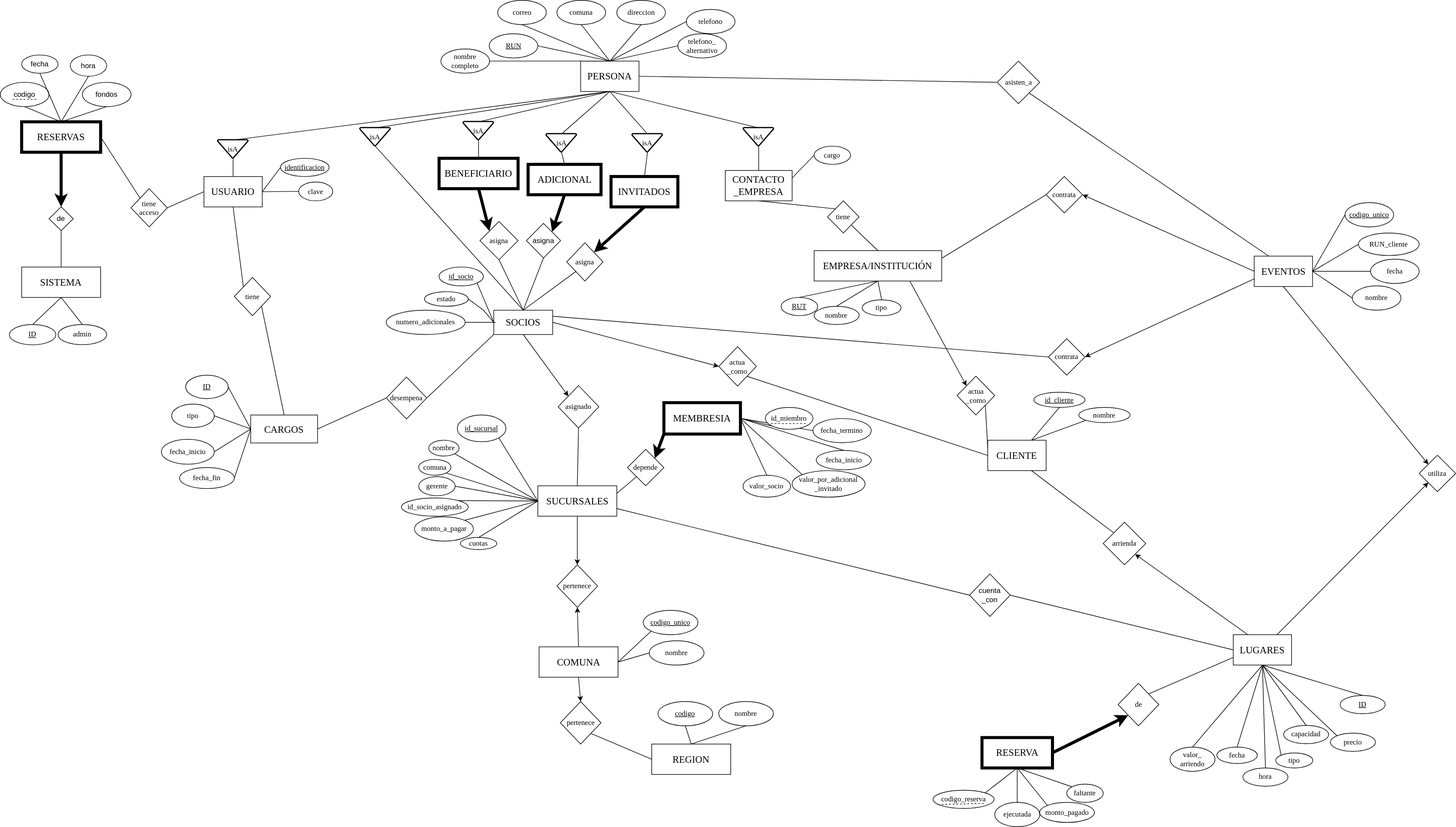
Above: E1/ER-JOAB.drawio.svg in JoabVJ/IIC2413---Bases-de-Datos (draw.io), before the change. Source tidied: cells renumbered, new cells last; positions are measured from the earlier drawing's top-left corner, leaving out a move shared by most shapes.
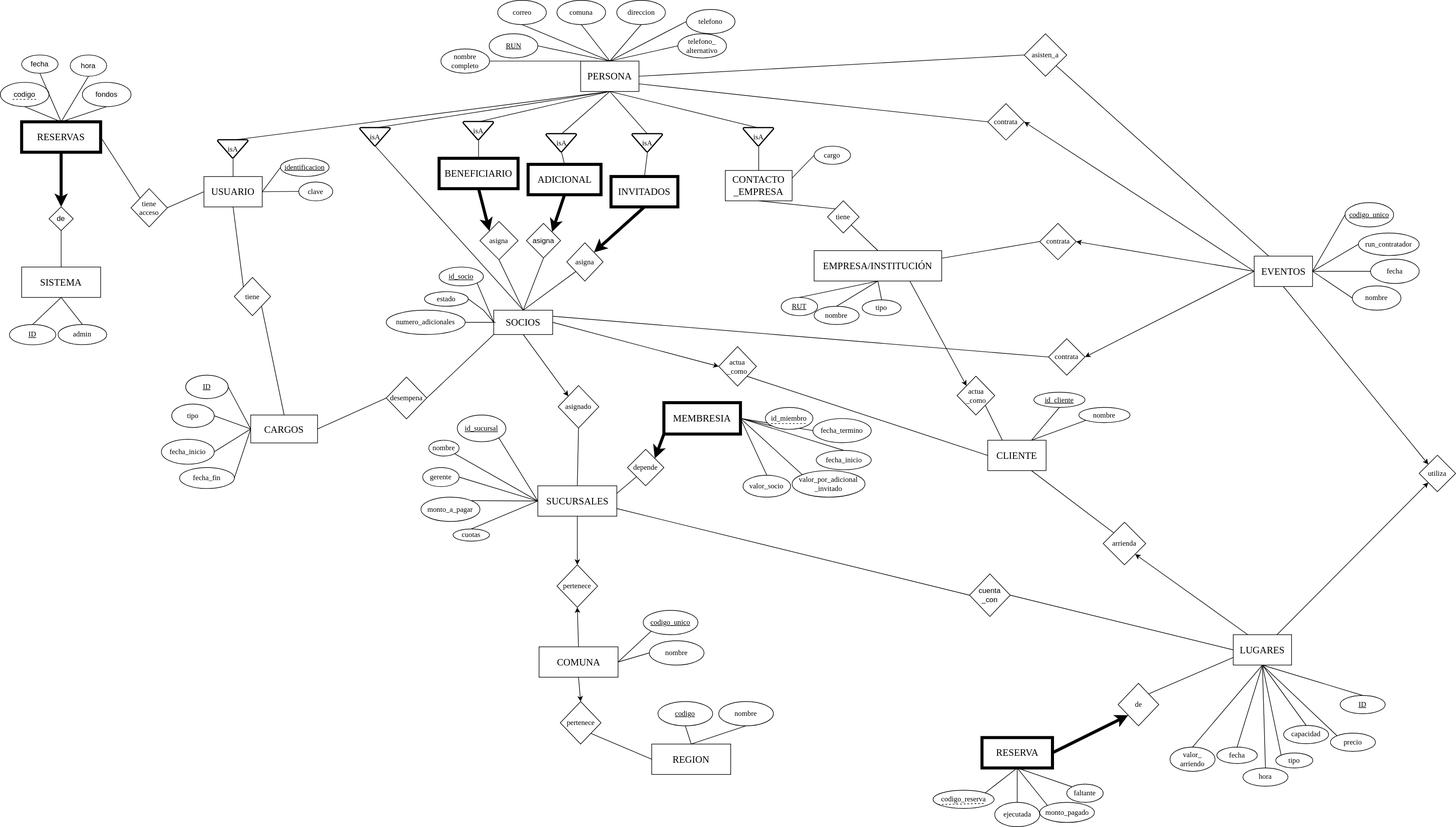
Later version of the same file.

Change to the diagram source:
```diff
@@ -48,7 +48,7 @@
       <mxGeometry relative="1" as="geometry" />
     </mxCell>
     <mxCell id="17" value="&lt;font face=&quot;Georgia&quot;&gt;asisten_a&lt;/font&gt;" style="rhombus;whiteSpace=wrap;html=1;" parent="1" vertex="1">
-      <mxGeometry x="1640.5" y="100" width="70" height="70" as="geometry" />
+      <mxGeometry x="1685" y="55" width="70" height="70" as="geometry" />
     </mxCell>
     <mxCell id="18" style="endArrow=none;html=1;rounded=0;entryX=0;entryY=0.5;entryDx=0;entryDy=0;exitX=1;exitY=0.5;exitDx=0;exitDy=0;" parent="1" edge="1" source="2" target="17">
       <mxGeometry relative="1" as="geometry" />
@@ -153,7 +153,7 @@
       <mxGeometry relative="1" as="geometry" />
     </mxCell>
     <mxCell id="52" value="&lt;font face=&quot;Georgia&quot;&gt;gerente&lt;/font&gt;" style="ellipse;whiteSpace=wrap;html=1;" parent="1" vertex="1">
-      <mxGeometry x="688.5" y="784" width="60" height="31.3" as="geometry" />
+      <mxGeometry x="695" y="769" width="60" height="31.3" as="geometry" />
     </mxCell>
     <mxCell id="53" value="&lt;font face=&quot;Georgia&quot;&gt;asignado&lt;/font&gt;" style="rhombus;whiteSpace=wrap;html=1;" parent="1" vertex="1">
       <mxGeometry x="918" y="634" width="67" height="70" as="geometry" />
@@ -176,12 +176,6 @@
     <mxCell id="58" value="&lt;font face=&quot;Georgia&quot;&gt;nombre&lt;/font&gt;" style="ellipse;whiteSpace=wrap;html=1;" parent="1" vertex="1">
       <mxGeometry x="705" y="724" width="50" height="26" as="geometry" />
     </mxCell>
-    <mxCell id="59" value="&lt;font face=&quot;Georgia&quot;&gt;comuna&lt;/font&gt;" style="ellipse;whiteSpace=wrap;html=1;" parent="1" vertex="1">
-      <mxGeometry x="688.5" y="755.7" width="53" height="26" as="geometry" />
-    </mxCell>
-    <mxCell id="60" style="endArrow=none;html=1;rounded=0;entryX=0;entryY=0.5;entryDx=0;entryDy=0;exitX=1;exitY=1;exitDx=0;exitDy=0;" parent="1" edge="1" source="59" target="50">
-      <mxGeometry relative="1" as="geometry" />
-    </mxCell>
     <mxCell id="61" style="endArrow=classic;html=1;rounded=0;exitX=0.5;exitY=1;exitDx=0;exitDy=0;strokeWidth=5;entryX=1;entryY=0;entryDx=0;entryDy=0;" parent="1" edge="1" source="27" target="47">
       <mxGeometry relative="1" as="geometry" />
     </mxCell>
@@ -366,7 +360,7 @@
       <mxGeometry x="282" y="664.5" width="70" height="38.5" as="geometry" />
     </mxCell>
     <mxCell id="120" value="&lt;font face=&quot;Georgia&quot;&gt;cuotas&lt;/font&gt;" style="ellipse;whiteSpace=wrap;html=1;" parent="1" vertex="1">
-      <mxGeometry x="757" y="884" width="60" height="20" as="geometry" />
+      <mxGeometry x="745" y="870" width="60" height="20" as="geometry" />
     </mxCell>
     <mxCell id="121" style="endArrow=none;html=1;rounded=0;entryX=0;entryY=0.5;entryDx=0;entryDy=0;exitX=1;exitY=0;exitDx=0;exitDy=0;" parent="1" edge="1" source="209" target="50">
       <mxGeometry relative="1" as="geometry" />
@@ -584,14 +578,14 @@
     <mxCell id="191" value="&lt;font face=&quot;Georgia&quot;&gt;fecha&lt;/font&gt;" style="ellipse;whiteSpace=wrap;html=1;" parent="1" vertex="1">
       <mxGeometry x="2255" y="426" width="80" height="40" as="geometry" />
     </mxCell>
-    <mxCell id="192" value="&lt;font face=&quot;Georgia&quot;&gt;RUN_cliente&lt;/font&gt;" style="ellipse;whiteSpace=wrap;html=1;" parent="1" vertex="1">
+    <mxCell id="192" value="&lt;font face=&quot;Georgia&quot;&gt;run_contratador&lt;/font&gt;" style="ellipse;whiteSpace=wrap;html=1;" parent="1" vertex="1">
       <mxGeometry x="2235" y="383" width="100" height="37" as="geometry" />
     </mxCell>
     <mxCell id="193" style="endArrow=none;html=1;rounded=0;exitX=1;exitY=0.25;exitDx=0;exitDy=0;entryX=0;entryY=0.5;entryDx=0;entryDy=0;" parent="1" edge="1" source="122" target="194">
       <mxGeometry relative="1" as="geometry" />
     </mxCell>
     <mxCell id="194" value="&lt;font face=&quot;Georgia&quot;&gt;contrata&lt;/font&gt;" style="rhombus;whiteSpace=wrap;html=1;" parent="1" vertex="1">
-      <mxGeometry x="1721" y="290" width="60" height="60" as="geometry" />
+      <mxGeometry x="1710.5" y="367" width="60" height="60" as="geometry" />
     </mxCell>
     <mxCell id="195" style="endArrow=classic;html=1;rounded=0;entryX=1;entryY=0.5;entryDx=0;entryDy=0;exitX=0;exitY=0.5;exitDx=0;exitDy=0;" parent="1" edge="1" source="19" target="194">
       <mxGeometry relative="1" as="geometry" />
@@ -617,7 +611,7 @@
         <mxPoint x="1328.2" y="696.5" as="targetPoint" />
       </mxGeometry>
     </mxCell>
-    <mxCell id="202" style="endArrow=none;html=1;rounded=0;exitX=0;exitY=0.25;exitDx=0;exitDy=0;entryX=1;entryY=1;entryDx=0;entryDy=0;" parent="1" edge="1" source="30" target="133">
+    <mxCell id="202" style="endArrow=none;html=1;rounded=0;exitX=0.25;exitY=0;exitDx=0;exitDy=0;entryX=1;entryY=1;entryDx=0;entryDy=0;" parent="1" edge="1" source="30" target="133">
       <mxGeometry relative="1" as="geometry" />
     </mxCell>
     <mxCell id="203" style="endArrow=classic;html=1;rounded=0;entryX=0;entryY=0;entryDx=0;entryDy=0;exitX=0.75;exitY=1;exitDx=0;exitDy=0;" parent="1" edge="1" source="122" target="133">
@@ -629,17 +623,11 @@
     <mxCell id="205" style="endArrow=none;html=1;rounded=0;entryX=0;entryY=1;entryDx=0;entryDy=0;exitX=1;exitY=0.25;exitDx=0;exitDy=0;" parent="1" edge="1" source="50" target="204">
       <mxGeometry relative="1" as="geometry" />
     </mxCell>
-    <mxCell id="206" style="endArrow=none;html=1;rounded=0;entryX=0;entryY=0.5;entryDx=0;entryDy=0;exitX=1;exitY=0;exitDx=0;exitDy=0;" parent="1" edge="1" source="207" target="50">
-      <mxGeometry relative="1" as="geometry" />
-    </mxCell>
-    <mxCell id="207" value="&lt;font face=&quot;Georgia&quot;&gt;id_socio_asignado&lt;/font&gt;" style="ellipse;whiteSpace=wrap;html=1;" parent="1" vertex="1">
-      <mxGeometry x="660" y="819" width="110" height="30" as="geometry" />
-    </mxCell>
     <mxCell id="208" style="endArrow=none;html=1;rounded=0;entryX=0;entryY=0.5;entryDx=0;entryDy=0;exitX=0.5;exitY=0;exitDx=0;exitDy=0;" parent="1" edge="1" source="120" target="50">
       <mxGeometry relative="1" as="geometry" />
     </mxCell>
     <mxCell id="209" value="&lt;font face=&quot;Georgia&quot;&gt;monto_a_pagar&lt;/font&gt;" style="ellipse;whiteSpace=wrap;html=1;" parent="1" vertex="1">
-      <mxGeometry x="681.5" y="850" width="97" height="40" as="geometry" />
+      <mxGeometry x="692.2" y="817.7" width="97" height="40" as="geometry" />
     </mxCell>
     <mxCell id="210" style="endArrow=none;html=1;rounded=0;exitX=1;exitY=0.5;exitDx=0;exitDy=0;" parent="1" edge="1">
       <mxGeometry relative="1" as="geometry">
@@ -682,7 +670,7 @@
     <mxCell id="221" value="&lt;font face=&quot;Georgia&quot;&gt;nombre&lt;/font&gt;" style="ellipse;whiteSpace=wrap;html=1;" parent="1" vertex="1">
       <mxGeometry x="1775" y="670" width="84.1" height="25" as="geometry" />
     </mxCell>
-    <mxCell id="222" style="endArrow=classic;html=1;rounded=0;entryX=1;entryY=0.5;entryDx=0;entryDy=0;exitX=0;exitY=0.75;exitDx=0;exitDy=0;" parent="1" edge="1" source="19" target="223">
+    <mxCell id="222" style="endArrow=classic;html=1;rounded=0;entryX=1;entryY=0.5;entryDx=0;entryDy=0;exitX=0;exitY=0.5;exitDx=0;exitDy=0;" parent="1" edge="1" source="19" target="223">
       <mxGeometry relative="1" as="geometry" />
     </mxCell>
     <mxCell id="223" value="&lt;font face=&quot;Georgia&quot;&gt;contrata&lt;/font&gt;" style="rhombus;whiteSpace=wrap;html=1;" parent="1" vertex="1">
@@ -691,5 +679,14 @@
     <mxCell id="224" style="endArrow=none;html=1;rounded=0;exitX=1;exitY=0.25;exitDx=0;exitDy=0;entryX=0;entryY=0.5;entryDx=0;entryDy=0;" parent="1" edge="1" source="49" target="223">
       <mxGeometry relative="1" as="geometry" />
     </mxCell>
+    <mxCell id="225" value="&lt;font face=&quot;Georgia&quot;&gt;contrata&lt;/font&gt;" style="rhombus;whiteSpace=wrap;html=1;" parent="1" vertex="1">
+      <mxGeometry x="1625" y="170" width="60" height="60" as="geometry" />
+    </mxCell>
+    <mxCell id="226" style="endArrow=none;html=1;rounded=0;entryX=0;entryY=0.5;entryDx=0;entryDy=0;exitX=1;exitY=0.75;exitDx=0;exitDy=0;" parent="1" edge="1" source="2" target="225">
+      <mxGeometry relative="1" as="geometry" />
+    </mxCell>
+    <mxCell id="227" style="endArrow=classic;html=1;rounded=0;entryX=1;entryY=0.5;entryDx=0;entryDy=0;exitX=0;exitY=0.5;exitDx=0;exitDy=0;" parent="1" edge="1" source="19" target="225">
+      <mxGeometry relative="1" as="geometry" />
+    </mxCell>
   </root>
 </mxGraphModel>
```
